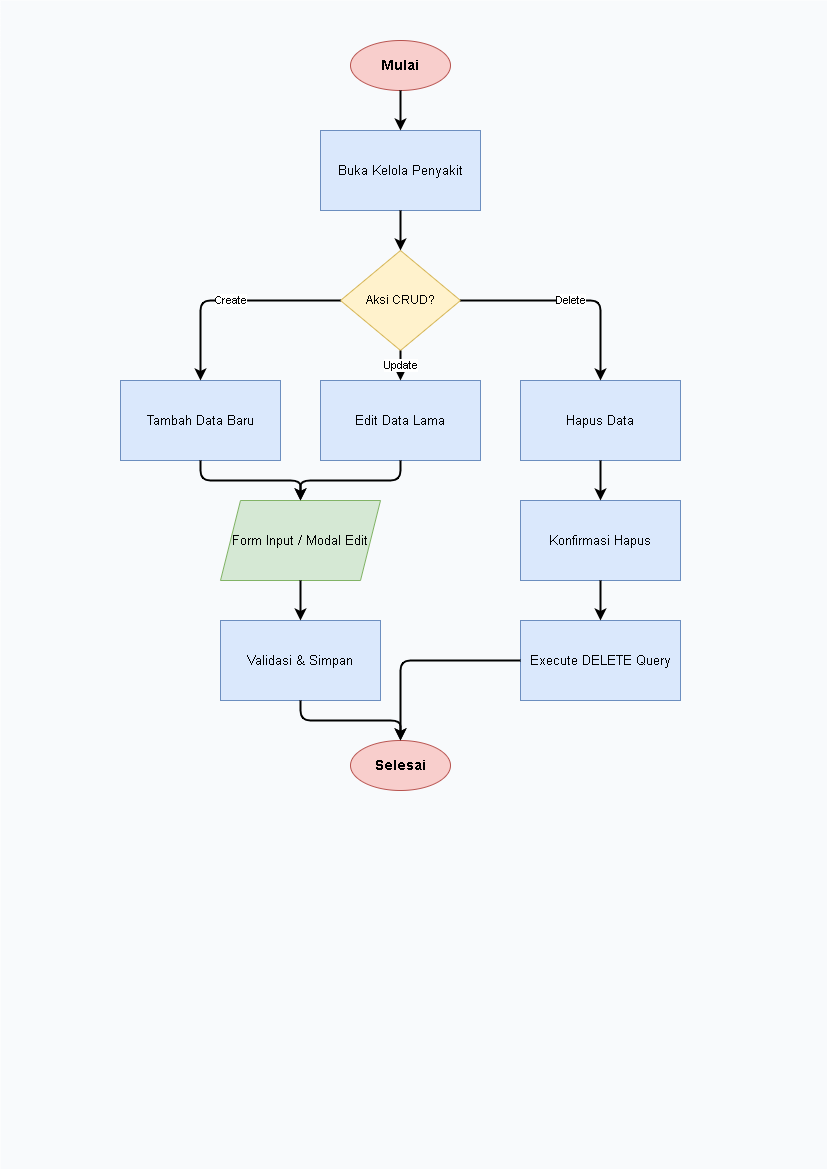
This is diagram/flowchart/admin_penyakit.png from Jinsky/Jinsky, a draw.io export, as it was before one commit. Source tidied: cells renumbered, new cells last; positions are measured from the earlier drawing's top-left corner, leaving out a move shared by most shapes.
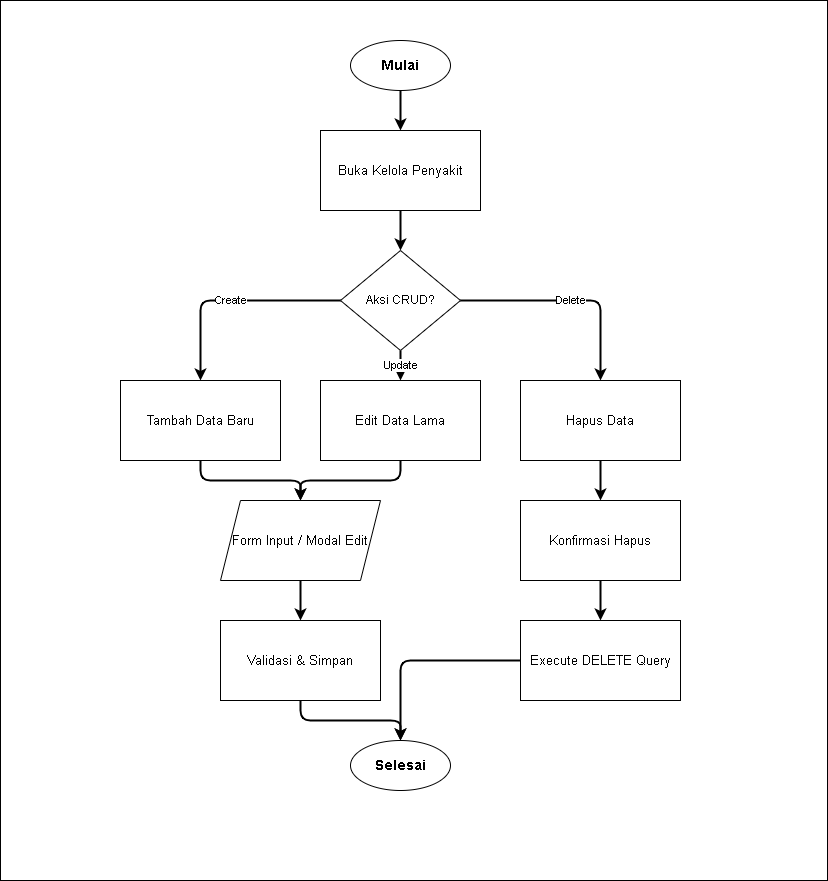
After the commit.

The edit, as a diff of the source:
```diff
@@ -2,40 +2,40 @@
   <root>
     <mxCell id="0" />
     <mxCell id="1" parent="0" />
-    <mxCell id="2" style="rounded=0;whiteSpace=wrap;html=1;fillColor=#f8fafc;strokeColor=none;" parent="1" vertex="1">
-      <mxGeometry width="827" height="1169" as="geometry" />
+    <mxCell id="2" style="rounded=0;whiteSpace=wrap;html=1;" parent="1" vertex="1">
+      <mxGeometry width="827" height="880" as="geometry" />
     </mxCell>
-    <mxCell id="3" value="Mulai" style="ellipse;whiteSpace=wrap;html=1;fillColor=#f8cecc;strokeColor=#b85450;fontStyle=1;fontSize=14;" parent="1" vertex="1">
+    <mxCell id="3" value="Mulai" style="ellipse;whiteSpace=wrap;html=1;fontStyle=1;fontSize=14;" parent="1" vertex="1">
       <mxGeometry x="350" y="40" width="100" height="50" as="geometry" />
     </mxCell>
-    <mxCell id="4" value="Buka Kelola Penyakit" style="rounded=0;whiteSpace=wrap;html=1;fillColor=#dae8fc;strokeColor=#6c8ebf;fontSize=13;" parent="1" vertex="1">
+    <mxCell id="4" value="Buka Kelola Penyakit" style="rounded=0;whiteSpace=wrap;html=1;fontSize=13;" parent="1" vertex="1">
       <mxGeometry x="320" y="130" width="160" height="80" as="geometry" />
     </mxCell>
-    <mxCell id="5" value="Aksi CRUD?" style="rhombus;whiteSpace=wrap;html=1;fillColor=#fff2cc;strokeColor=#d6b656;fontSize=12;" parent="1" vertex="1">
+    <mxCell id="5" value="Aksi CRUD?" style="rhombus;whiteSpace=wrap;html=1;fontSize=12;" parent="1" vertex="1">
       <mxGeometry x="340" y="250" width="120" height="100" as="geometry" />
     </mxCell>
-    <mxCell id="6" value="Tambah Data Baru" style="rounded=0;whiteSpace=wrap;html=1;fillColor=#dae8fc;strokeColor=#6c8ebf;fontSize=13;" parent="1" vertex="1">
+    <mxCell id="6" value="Tambah Data Baru" style="rounded=0;whiteSpace=wrap;html=1;fontSize=13;" parent="1" vertex="1">
       <mxGeometry x="120" y="380" width="160" height="80" as="geometry" />
     </mxCell>
-    <mxCell id="7" value="Edit Data Lama" style="rounded=0;whiteSpace=wrap;html=1;fillColor=#dae8fc;strokeColor=#6c8ebf;fontSize=13;" parent="1" vertex="1">
+    <mxCell id="7" value="Edit Data Lama" style="rounded=0;whiteSpace=wrap;html=1;fontSize=13;" parent="1" vertex="1">
       <mxGeometry x="320" y="380" width="160" height="80" as="geometry" />
     </mxCell>
-    <mxCell id="8" value="Hapus Data" style="rounded=0;whiteSpace=wrap;html=1;fillColor=#dae8fc;strokeColor=#6c8ebf;fontSize=13;" parent="1" vertex="1">
+    <mxCell id="8" value="Hapus Data" style="rounded=0;whiteSpace=wrap;html=1;fontSize=13;" parent="1" vertex="1">
       <mxGeometry x="520" y="380" width="160" height="80" as="geometry" />
     </mxCell>
-    <mxCell id="9" value="Form Input / Modal Edit" style="shape=parallelogram;perimeter=parallelogramPerimeter;whiteSpace=wrap;html=1;fixedSize=1;fillColor=#d5e8d4;strokeColor=#82b366;fontSize=13;" parent="1" vertex="1">
+    <mxCell id="9" value="Form Input / Modal Edit" style="shape=parallelogram;perimeter=parallelogramPerimeter;whiteSpace=wrap;html=1;fixedSize=1;fontSize=13;" parent="1" vertex="1">
       <mxGeometry x="220" y="500" width="160" height="80" as="geometry" />
     </mxCell>
-    <mxCell id="10" value="Validasi &amp; Simpan" style="rounded=0;whiteSpace=wrap;html=1;fillColor=#dae8fc;strokeColor=#6c8ebf;fontSize=13;" parent="1" vertex="1">
+    <mxCell id="10" value="Validasi &amp; Simpan" style="rounded=0;whiteSpace=wrap;html=1;fontSize=13;" parent="1" vertex="1">
       <mxGeometry x="220" y="620" width="160" height="80" as="geometry" />
     </mxCell>
-    <mxCell id="11" value="Konfirmasi Hapus" style="rounded=0;whiteSpace=wrap;html=1;fillColor=#dae8fc;strokeColor=#6c8ebf;fontSize=13;" parent="1" vertex="1">
+    <mxCell id="11" value="Konfirmasi Hapus" style="rounded=0;whiteSpace=wrap;html=1;fontSize=13;" parent="1" vertex="1">
       <mxGeometry x="520" y="500" width="160" height="80" as="geometry" />
     </mxCell>
-    <mxCell id="12" value="Execute DELETE Query" style="rounded=0;whiteSpace=wrap;html=1;fillColor=#dae8fc;strokeColor=#6c8ebf;fontSize=13;" parent="1" vertex="1">
+    <mxCell id="12" value="Execute DELETE Query" style="rounded=0;whiteSpace=wrap;html=1;fontSize=13;" parent="1" vertex="1">
       <mxGeometry x="520" y="620" width="160" height="80" as="geometry" />
     </mxCell>
-    <mxCell id="13" value="Selesai" style="ellipse;whiteSpace=wrap;html=1;fillColor=#f8cecc;strokeColor=#b85450;fontStyle=1;fontSize=14;" parent="1" vertex="1">
+    <mxCell id="13" value="Selesai" style="ellipse;whiteSpace=wrap;html=1;fontStyle=1;fontSize=14;" parent="1" vertex="1">
       <mxGeometry x="350" y="740" width="100" height="50" as="geometry" />
     </mxCell>
     <mxCell id="14" style="edgeStyle=orthogonalEdgeStyle;rounded=1;jettySize=auto;html=1;strokeWidth=2;fontSize=11;" parent="1" edge="1" source="3" target="4">
```
